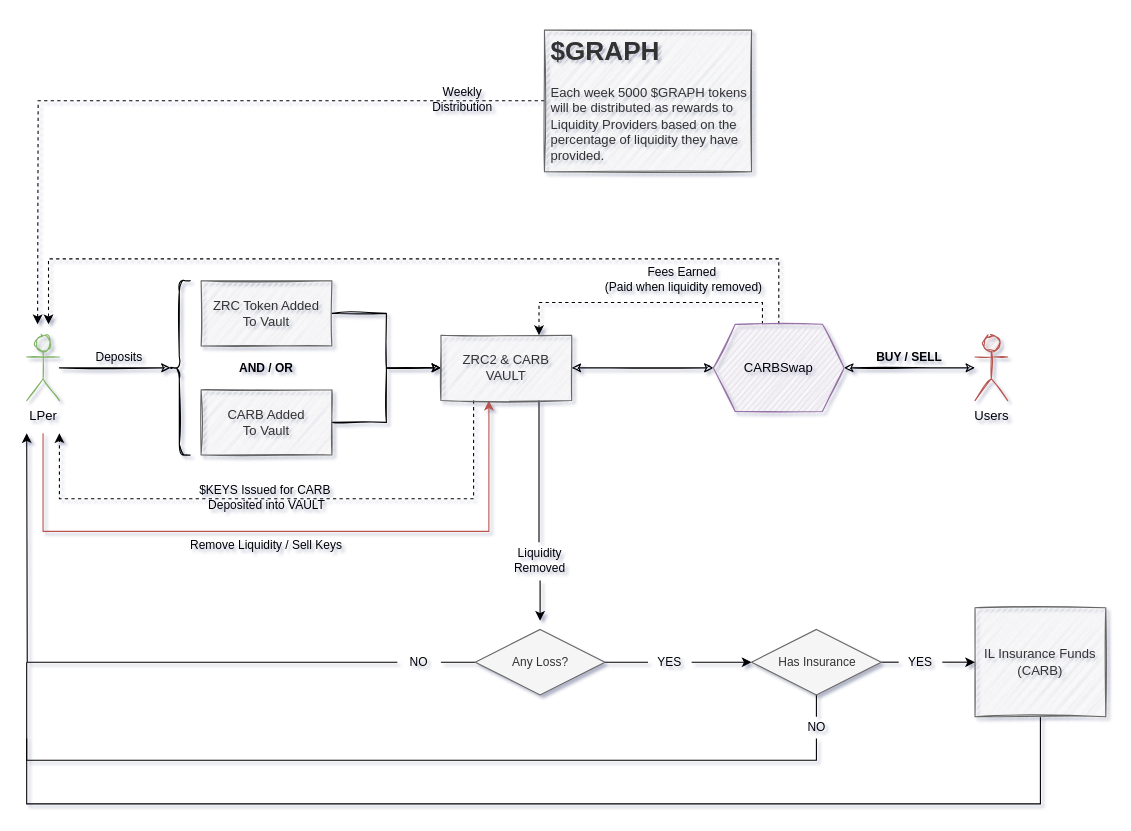
Before: CarbSwap.drawio in Carbon-Labs/Diagrams, a draw.io diagram. Source tidied: cells renumbered, new cells numbered last; positions are measured from the earlier drawing's top-left corner, leaving out a move shared by most shapes. Both pictures are drawn from the tidied source at 109%, with x=0, y=0 at pixel (26, 29).
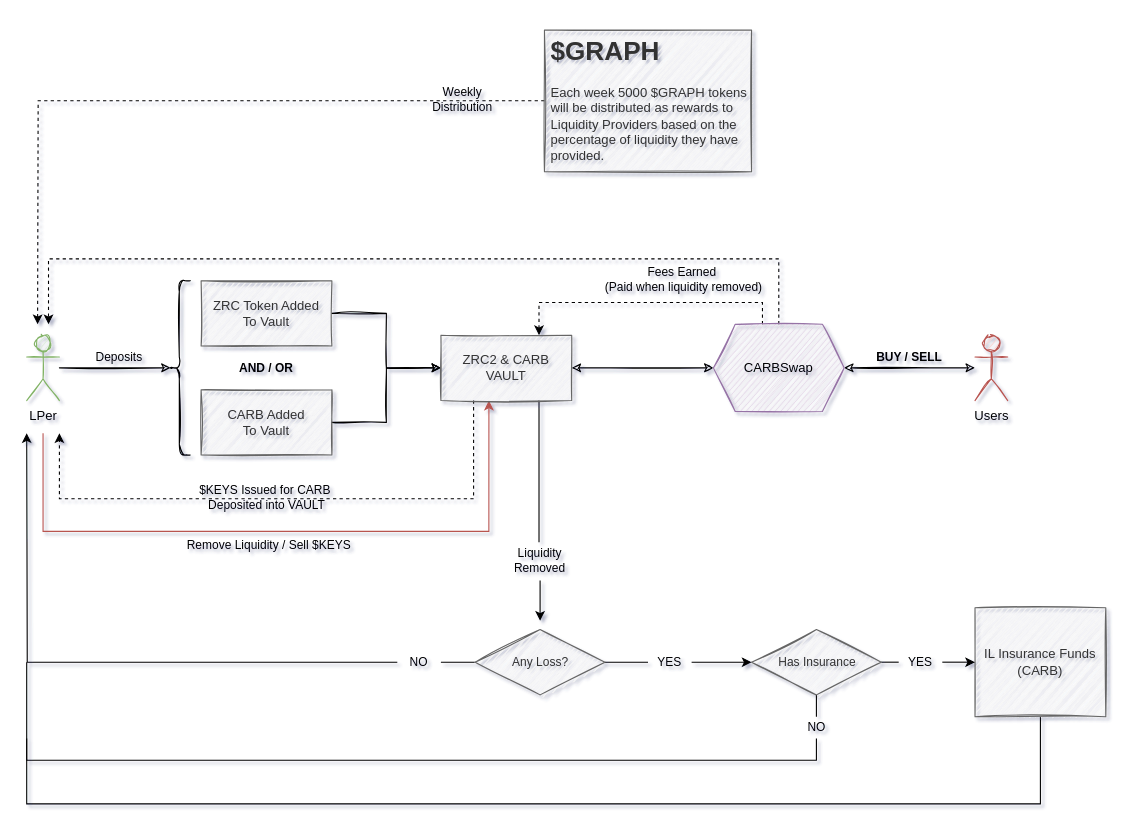
After the change.

What changed in the source:
```diff
@@
-    <mxCell id="7" value="CARBSwap" style="shape=hexagon;perimeter=hexagonPerimeter2;whiteSpace=wrap;html=1;fixedSize=1;sketch=1;fillColor=#e1d5e7;strokeColor=#9673a6;" parent="1" vertex="1">
+    <mxCell id="7" value="CARBSwap" style="shape=hexagon;perimeter=hexagonPerimeter2;whiteSpace=wrap;html=1;fixedSize=1;sketch=1;fillColor=#e1d5e7;strokeColor=#9673a6;shadow=0;rounded=0;" parent="1" vertex="1">
       <mxGeometry x="630" y="270" width="120" height="80" as="geometry" />
     </mxCell>
@@
-    <mxCell id="30" value="Remove Liquidity / Sell Keys" style="text;html=1;strokeColor=none;fillColor=none;align=center;verticalAlign=middle;whiteSpace=wrap;rounded=0;labelBackgroundColor=none;sketch=1;fontSize=11;" parent="1" vertex="1">
-      <mxGeometry x="145" y="463" width="150" height="20" as="geometry" />
+    <mxCell id="30" value="Remove Liquidity / Sell $KEYS" style="text;html=1;strokeColor=none;fillColor=none;align=center;verticalAlign=middle;whiteSpace=wrap;rounded=0;labelBackgroundColor=none;sketch=1;fontSize=11;" parent="1" vertex="1">
+      <mxGeometry x="145" y="463" width="155" height="20" as="geometry" />
     </mxCell>
@@
-    <mxCell id="35" value="Any Loss?" style="shape=rhombus;html=1;dashed=0;whitespace=wrap;perimeter=rhombusPerimeter;sketch=0;fontSize=11;verticalAlign=middle;fillColor=#f5f5f5;strokeColor=#666666;fontColor=#333333;" parent="1" vertex="1">
+    <mxCell id="35" value="Any Loss?" style="shape=rhombus;html=1;dashed=0;whitespace=wrap;perimeter=rhombusPerimeter;sketch=1;fontSize=11;verticalAlign=middle;fillColor=#f5f5f5;strokeColor=#666666;fontColor=#333333;rounded=0;" parent="1" vertex="1">
       <mxGeometry x="411.5" y="550" width="119" height="60" as="geometry" />
     </mxCell>
@@
-    <mxCell id="43" value="Has Insurance" style="shape=rhombus;html=1;dashed=0;whitespace=wrap;perimeter=rhombusPerimeter;sketch=0;fontSize=11;verticalAlign=middle;fillColor=#f5f5f5;strokeColor=#666666;fontColor=#333333;" parent="1" vertex="1">
+    <mxCell id="43" value="Has Insurance" style="shape=rhombus;html=1;dashed=0;whitespace=wrap;perimeter=rhombusPerimeter;sketch=1;fontSize=11;verticalAlign=middle;fillColor=#f5f5f5;strokeColor=#666666;fontColor=#333333;shadow=0;" parent="1" vertex="1">
       <mxGeometry x="665" y="550" width="119" height="60" as="geometry" />
     </mxCell>
```
